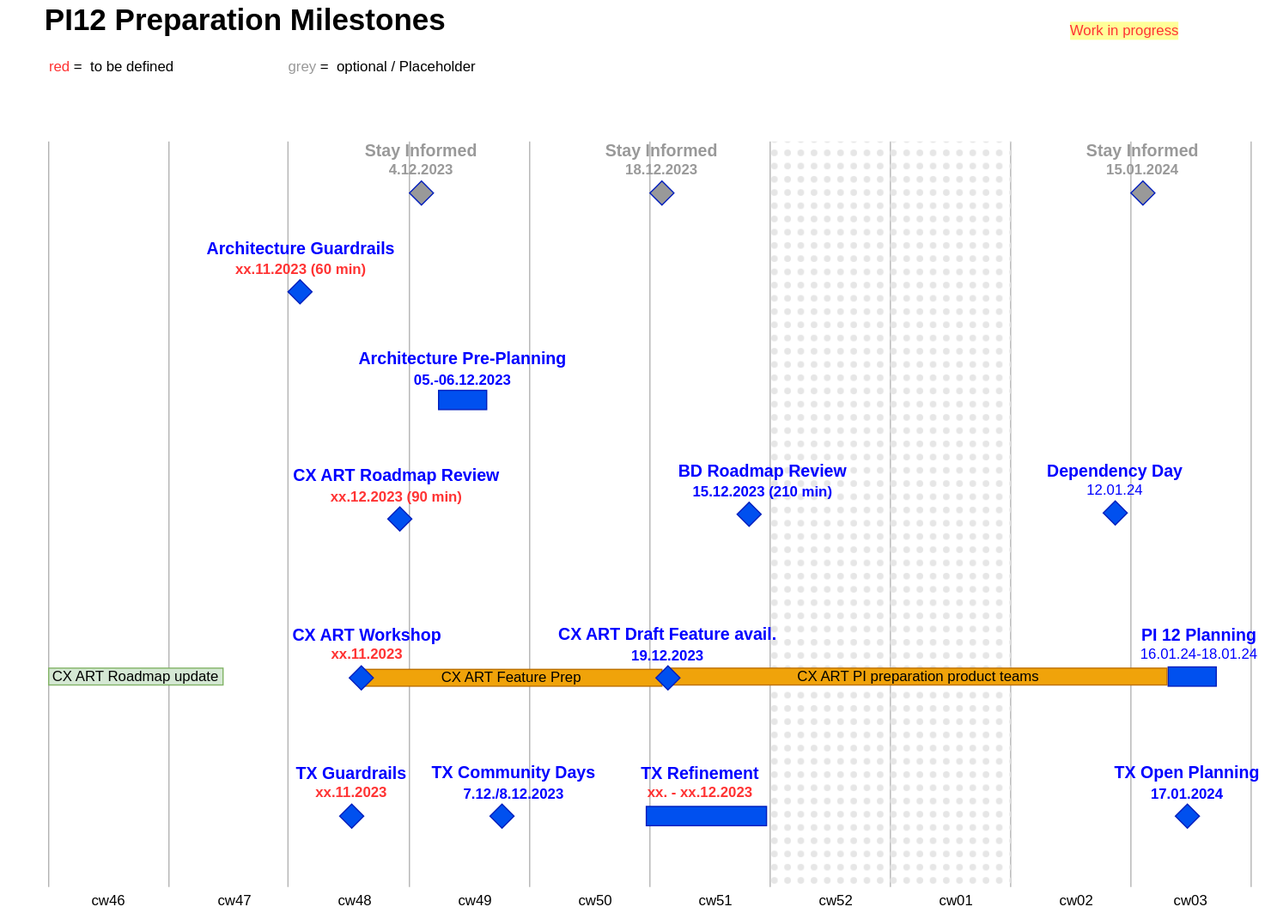
Above: PI12-Preparation-Timeline.drawio.svg in mabige/scratchpad (draw.io), before the change. Source tidied: cells renumbered, new cells last; positions are measured from the earlier drawing's top-left corner, leaving out a move shared by most shapes.
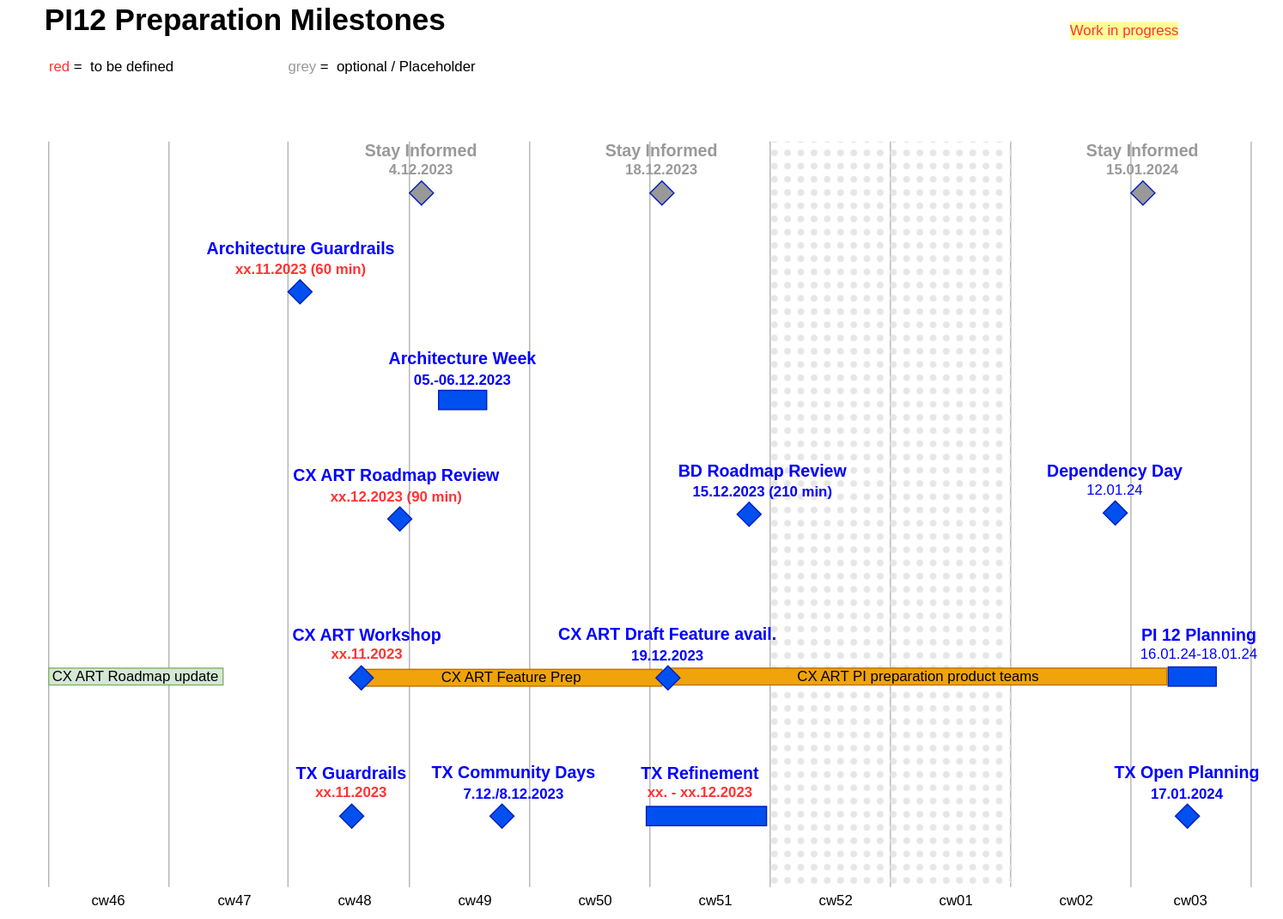
Above is the later version.

The edit, as a diff of the source:
```diff
@@ -155,7 +155,7 @@
     <mxCell id="41" style="rhombus;whiteSpace=wrap;html=1;fillColor=#0050ef;fontColor=#ffffff;strokeColor=#001DBC;" parent="1" vertex="1">
       <mxGeometry x="612.5" y="417" width="20" height="20" as="geometry" />
     </mxCell>
-    <mxCell id="42" value="&lt;div style=&quot;font-size: 14px;&quot;&gt;Architecture Pre-Planning&lt;font style=&quot;font-size: 14px;&quot;&gt;&lt;br&gt;&lt;/font&gt;&lt;font style=&quot;font-size: 12px;&quot;&gt;05.-06.12.2023&lt;/font&gt;&lt;font style=&quot;font-size: 12px;&quot;&gt;&lt;font style=&quot;font-size: 12px;&quot;&gt;&lt;br&gt;&lt;/font&gt;&lt;/font&gt;&lt;/div&gt;" style="text;html=1;strokeColor=none;fillColor=none;align=center;verticalAlign=middle;whiteSpace=wrap;rounded=0;fontStyle=1;fontColor=#0000FF;" parent="1" vertex="1">
+    <mxCell id="42" value="&lt;div style=&quot;font-size: 14px;&quot;&gt;Architecture Week&lt;font style=&quot;font-size: 14px;&quot;&gt;&lt;br&gt;&lt;/font&gt;&lt;font style=&quot;font-size: 12px;&quot;&gt;05.-06.12.2023&lt;/font&gt;&lt;font style=&quot;font-size: 12px;&quot;&gt;&lt;font style=&quot;font-size: 12px;&quot;&gt;&lt;br&gt;&lt;/font&gt;&lt;/font&gt;&lt;/div&gt;" style="text;html=1;strokeColor=none;fillColor=none;align=center;verticalAlign=middle;whiteSpace=wrap;rounded=0;fontStyle=1;fontColor=#0000FF;" parent="1" vertex="1">
       <mxGeometry x="288" y="291" width="192.5" height="30" as="geometry" />
     </mxCell>
     <mxCell id="43" value="&lt;div style=&quot;font-size: 14px;&quot;&gt;TX Open Planning&lt;font style=&quot;font-size: 14px;&quot;&gt;&lt;br&gt;&lt;/font&gt;&lt;font style=&quot;font-size: 12px;&quot;&gt;17.01.2024&lt;font style=&quot;font-size: 12px;&quot;&gt;&lt;br&gt;&lt;/font&gt;&lt;/font&gt;&lt;/div&gt;" style="text;html=1;strokeColor=none;fillColor=none;align=center;verticalAlign=middle;whiteSpace=wrap;rounded=0;fontStyle=1;fontColor=#0000FF;" parent="1" vertex="1">
```
